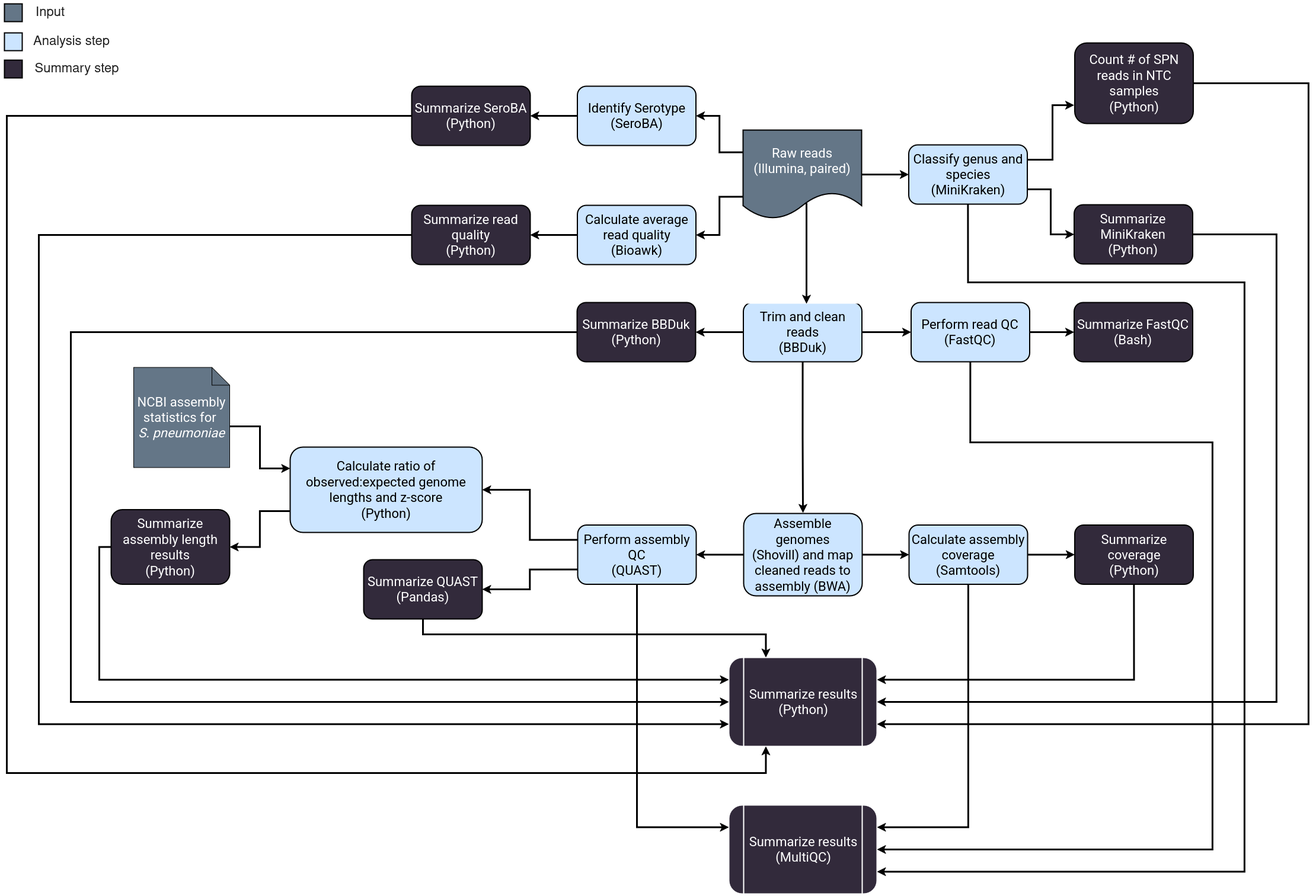
Above: assets/SPNtypeID.png in wslh-bio/SPNtypeID (draw.io), before the change. Source tidied: cells renumbered, new cells last; positions are measured from the earlier drawing's top-left corner, leaving out a move shared by most shapes.
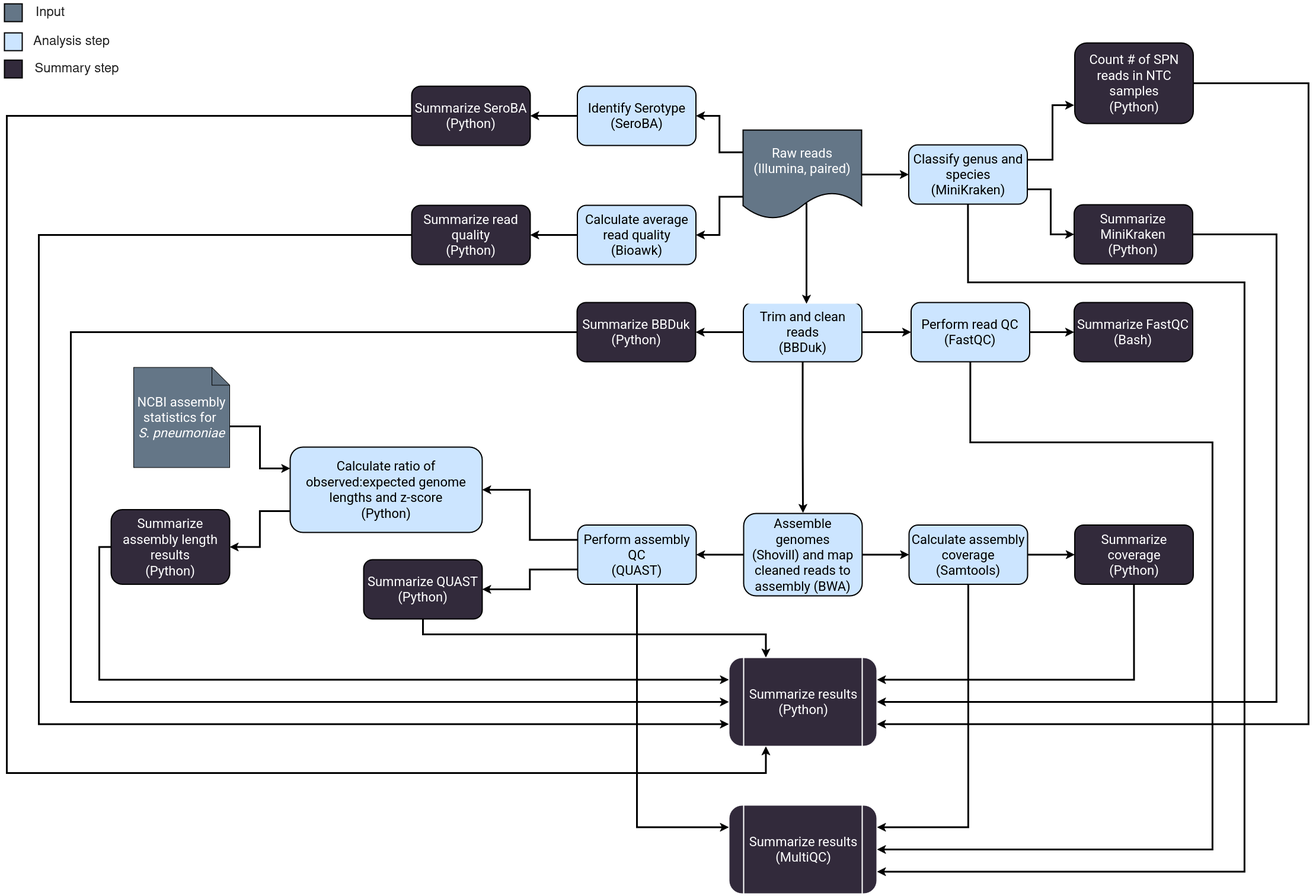
Above is the later version.

Commit message:
Fix error in diagram

What changed in the source:
```diff
@@ -208,7 +208,7 @@
         </Array>
       </mxGeometry>
     </mxCell>
-    <mxCell id="59" value="&lt;div&gt;&lt;font color=&quot;#FFFFFF&quot;&gt;Summarize QUAST&lt;br&gt;&lt;/font&gt;&lt;/div&gt;&lt;div&gt;&lt;font color=&quot;#FFFFFF&quot;&gt;(Pandas)&lt;/font&gt;&lt;/div&gt;" style="rounded=1;whiteSpace=wrap;html=1;fontFamily=Roboto;fontSize=22;fillColor=#322A3B;strokeColor=#000000;fontSource=https%3A%2F%2Ffonts.googleapis.com%2Fcss%3Ffamily%3DRoboto;strokeWidth=2;" parent="1" vertex="1">
+    <mxCell id="59" value="&lt;div&gt;&lt;font color=&quot;#FFFFFF&quot;&gt;Summarize QUAST&lt;br&gt;&lt;/font&gt;&lt;/div&gt;&lt;div&gt;&lt;font color=&quot;#FFFFFF&quot;&gt;(Python)&lt;/font&gt;&lt;/div&gt;" style="rounded=1;whiteSpace=wrap;html=1;fontFamily=Roboto;fontSize=22;fillColor=#322A3B;strokeColor=#000000;fontSource=https%3A%2F%2Ffonts.googleapis.com%2Fcss%3Ffamily%3DRoboto;strokeWidth=2;" parent="1" vertex="1">
       <mxGeometry x="606" y="941" width="200" height="100" as="geometry" />
     </mxCell>
     <mxCell id="60" style="edgeStyle=orthogonalEdgeStyle;rounded=0;jettySize=auto;html=1;exitX=1;exitY=0.5;exitDx=0;exitDy=0;entryX=0;entryY=0.5;entryDx=0;entryDy=0;strokeWidth=3;" parent="1" edge="1" source="56" target="57">
```
